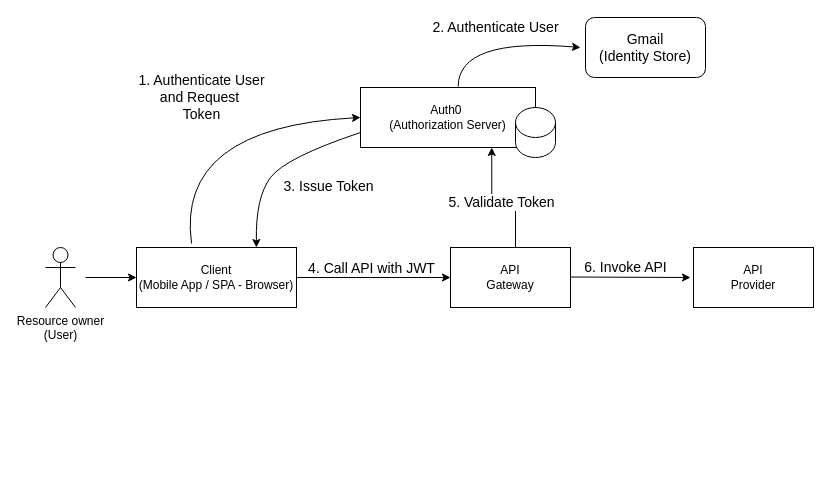
victorho33/learnGo keeps this draw.io diagram as page "OAuth & OIDC" (1 of 2) of Untitled Diagram.drawio. Above is the earlier version. Source tidied: cells renumbered, new cells numbered last; positions are measured from the earlier drawing's top-left corner, leaving out a move shared by most shapes. Both pictures are drawn from the tidied source at 100%, with x=0, y=0 at pixel (45, 17).
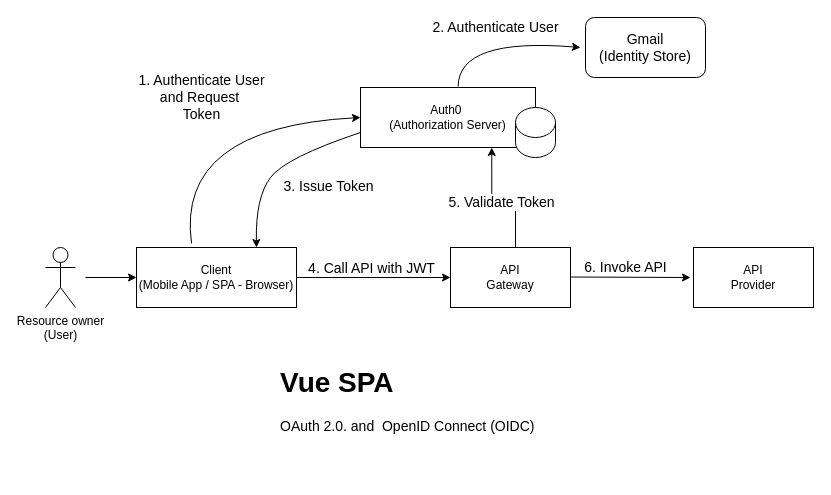
After the change.

The edit, as a diff of the source:
```diff
@@
+    <mxCell id="18" value="&lt;h1&gt;Vue SPA&lt;/h1&gt;&lt;p&gt;OAuth 2.0. and&amp;nbsp; OpenID Connect (OIDC)&lt;/p&gt;" style="text;html=1;strokeColor=none;fillColor=none;spacing=5;spacingTop=-20;whiteSpace=wrap;overflow=hidden;rounded=0;fontSize=14;" parent="1" vertex="1">
+      <mxGeometry x="230" y="340" width="360" height="120" as="geometry" />
+    </mxCell>
```
